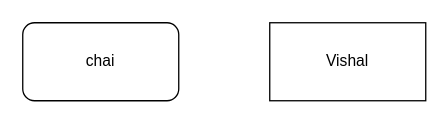
Before: sample.drawio in Sonata-Software-Limited-Org/draw-io, a draw.io diagram. Source tidied: cells renumbered, new cells numbered last; positions are measured from the earlier drawing's top-left corner, leaving out a move shared by most shapes. Both pictures are drawn from the tidied source at 130%, with x=0, y=0 at pixel (22, 22).
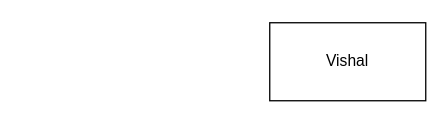
Above is the later version.

The edit, as a diff of the source:
```diff
@@
 <mxGraphModel>
   <root>
     <mxCell id="0" />
     <mxCell id="1" parent="0" />
-    <mxCell id="2" value="chai" style="rounded=1;whiteSpace=wrap;html=1;" parent="1" vertex="1">
-      <mxGeometry width="120" height="60" as="geometry" />
-    </mxCell>
     <mxCell id="3" value="Vishal" style="rounded=0;whiteSpace=wrap;html=1;" parent="1" vertex="1">
       <mxGeometry x="190" width="120" height="60" as="geometry" />
     </mxCell>
   </root>
 </mxGraphModel>
```
